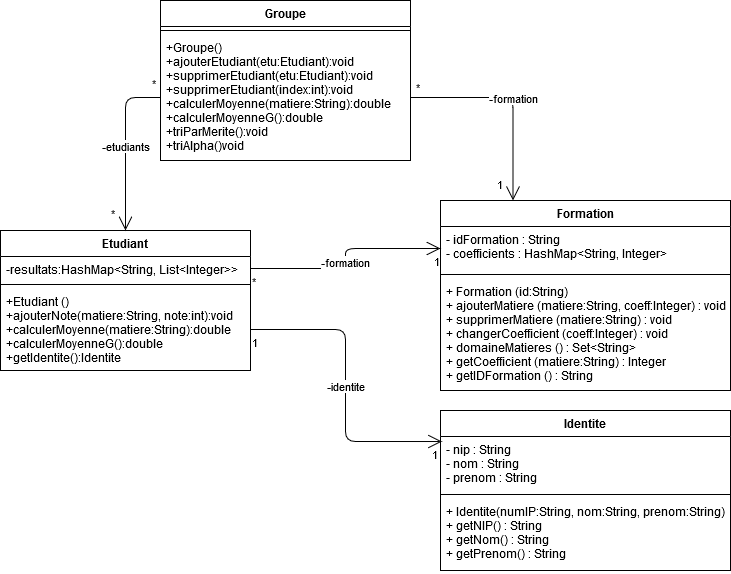
This is Diagramme de classe.png from Nimarcs/Exercice3-TravailDeConception-CPOA-WEISS-RICHIER, a draw.io export, as it was before one commit. Source tidied: cells renumbered, new cells last; positions are measured from the earlier drawing's top-left corner, leaving out a move shared by most shapes.
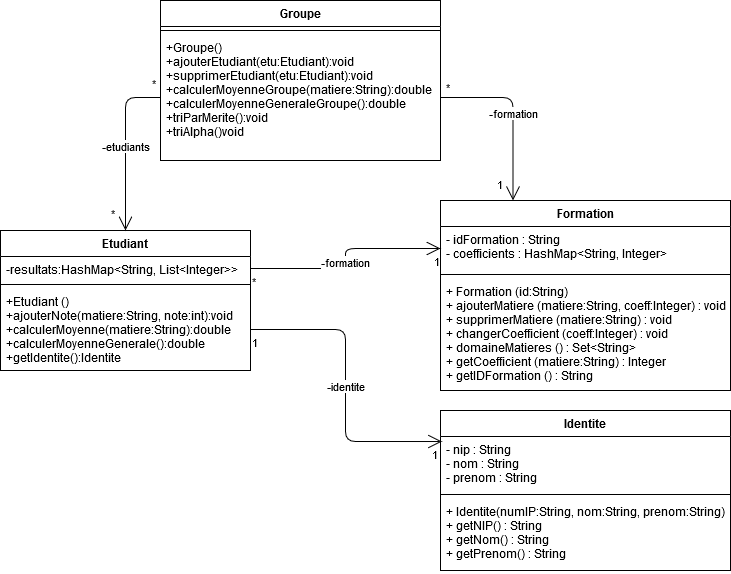
The same diagram one commit later.

Commit message:
Correction diagramme de classe

Après revue du diagramme:
-suppression du doublon de supprimer etudiant
-modification du nom des methodes de calcul de moyenne pour eviter de confondre avec du polymorphisme

What changed in the source:
```diff
@@ -11,7 +11,7 @@
     <mxCell id="4" style="line;strokeWidth=1;fillColor=none;align=left;verticalAlign=middle;spacingTop=-1;spacingLeft=3;spacingRight=3;labelPosition=right;" parent="2" vertex="1">
       <mxGeometry y="50" width="250" height="8" as="geometry" />
     </mxCell>
-    <mxCell id="5" value="+Etudiant ()&#10;+ajouterNote(matiere:String, note:int):void&#10;+calculerMoyenne(matiere:String):double&#10;+calculerMoyenneG():double&#10;+getIdentite():Identite&#10;&#10;" style="text;strokeColor=none;fillColor=none;align=left;verticalAlign=top;spacingLeft=4;spacingRight=4;overflow=hidden;points=[[0,0.5],[1,0.5]];portConstraint=eastwest;" parent="2" vertex="1">
+    <mxCell id="5" value="+Etudiant ()&#10;+ajouterNote(matiere:String, note:int):void&#10;+calculerMoyenne(matiere:String):double&#10;+calculerMoyenneGenerale():double&#10;+getIdentite():Identite&#10;&#10;" style="text;strokeColor=none;fillColor=none;align=left;verticalAlign=top;spacingLeft=4;spacingRight=4;overflow=hidden;points=[[0,0.5],[1,0.5]];portConstraint=eastwest;" parent="2" vertex="1">
       <mxGeometry y="58" width="250" height="82" as="geometry" />
     </mxCell>
     <mxCell id="6" value="-identite" style="endArrow=open;html=1;endSize=12;startArrow=none;startSize=14;startFill=0;edgeStyle=orthogonalEdgeStyle;exitX=1;exitY=0.5;exitDx=0;exitDy=0;entryX=0.005;entryY=0.093;entryDx=0;entryDy=0;entryPerimeter=0;" parent="1" edge="1" source="5" target="10">
@@ -59,13 +59,13 @@
       <mxGeometry x="1" relative="1" as="geometry" />
     </mxCell>
     <mxCell id="20" value="Groupe" style="swimlane;fontStyle=1;align=center;verticalAlign=top;horizontal=1;startSize=26;" parent="1" vertex="1">
-      <mxGeometry x="160" width="250" height="160" as="geometry" />
+      <mxGeometry x="160" width="280" height="160" as="geometry" />
     </mxCell>
     <mxCell id="21" style="line;strokeWidth=1;fillColor=none;align=left;verticalAlign=middle;spacingTop=-1;spacingLeft=3;spacingRight=3;labelPosition=right;" parent="20" vertex="1">
-      <mxGeometry y="26" width="250" height="8" as="geometry" />
+      <mxGeometry y="26" width="280" height="8" as="geometry" />
     </mxCell>
-    <mxCell id="22" value="+Groupe()&#10;+ajouterEtudiant(etu:Etudiant):void&#10;+supprimerEtudiant(etu:Etudiant):void&#10;+supprimerEtudiant(index:int):void&#10;+calculerMoyenne(matiere:String):double&#10;+calculerMoyenneG():double&#10;+triParMerite():void&#10;+triAlpha()void&#10;" style="text;strokeColor=none;fillColor=none;align=left;verticalAlign=top;spacingLeft=4;spacingRight=4;overflow=hidden;points=[[0,0.5],[1,0.5]];portConstraint=eastwest;" parent="20" vertex="1">
-      <mxGeometry y="34" width="250" height="126" as="geometry" />
+    <mxCell id="22" value="+Groupe()&#10;+ajouterEtudiant(etu:Etudiant):void&#10;+supprimerEtudiant(etu:Etudiant):void&#10;+calculerMoyenneGroupe(matiere:String):double&#10;+calculerMoyenneGeneraleGroupe():double&#10;+triParMerite():void&#10;+triAlpha()void&#10;" style="text;strokeColor=none;fillColor=none;align=left;verticalAlign=top;spacingLeft=4;spacingRight=4;overflow=hidden;points=[[0,0.5],[1,0.5]];portConstraint=eastwest;" parent="20" vertex="1">
+      <mxGeometry y="34" width="280" height="126" as="geometry" />
     </mxCell>
     <mxCell id="23" value="&lt;div&gt;-etudiants&lt;/div&gt;" style="endArrow=open;html=1;endSize=12;startArrow=none;startSize=14;startFill=0;edgeStyle=orthogonalEdgeStyle;entryX=0.5;entryY=0;entryDx=0;entryDy=0;exitX=0;exitY=0.5;exitDx=0;exitDy=0;" parent="1" edge="1" source="22" target="2">
       <mxGeometry relative="1" as="geometry" />
```
